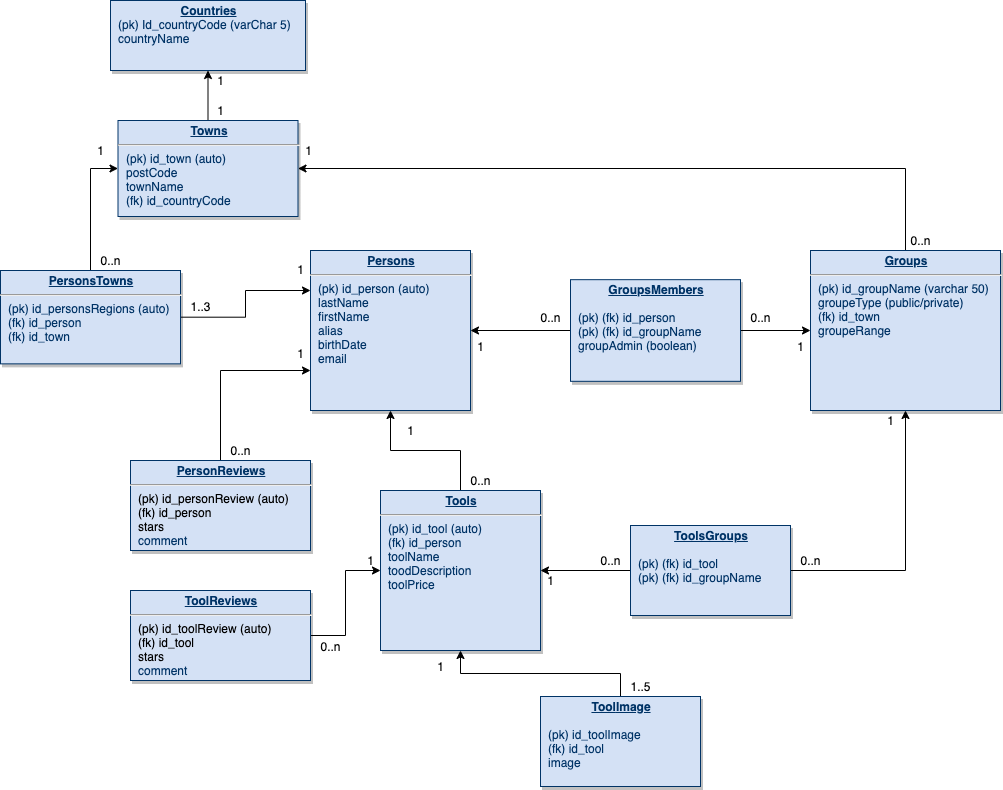
The draw.io diagram toolbox_website/DB/docs/db_schematic.png in Altiimax/DevWebProject, before a commit. Source tidied: cells renumbered, new cells last; positions are measured from the earlier drawing's top-left corner, leaving out a move shared by most shapes.
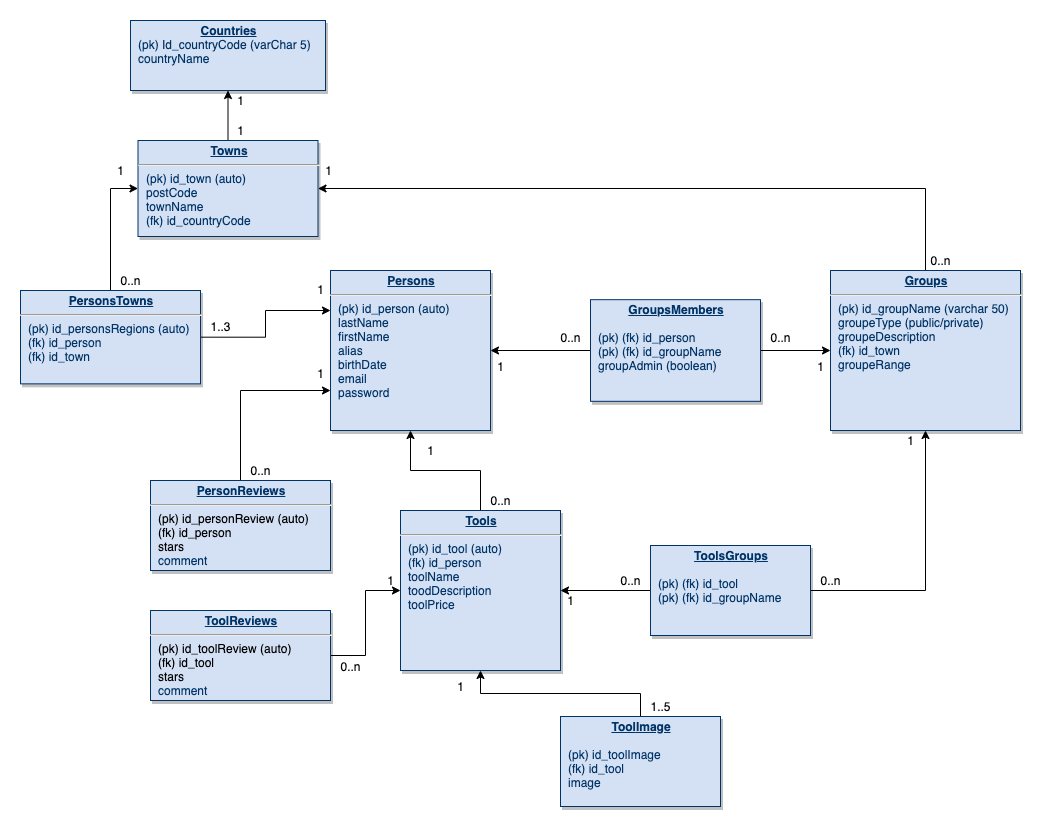
After the change.

The edit, as a diff of the source:
```diff
@@ -8,7 +8,7 @@
     <mxCell id="3" value="&lt;p style=&quot;margin: 0px ; margin-top: 4px ; text-align: center ; text-decoration: underline&quot;&gt;&lt;strong&gt;Tools&lt;/strong&gt;&lt;/p&gt;&lt;hr&gt;&lt;p style=&quot;margin: 0px ; margin-left: 8px&quot;&gt;(pk) id_tool (auto)&lt;/p&gt;&lt;p style=&quot;margin: 0px ; margin-left: 8px&quot;&gt;(fk) id_person&amp;nbsp;&lt;/p&gt;&lt;p style=&quot;margin: 0px ; margin-left: 8px&quot;&gt;toolName&lt;/p&gt;&lt;p style=&quot;margin: 0px ; margin-left: 8px&quot;&gt;toodDescription&lt;/p&gt;&lt;p style=&quot;margin: 0px ; margin-left: 8px&quot;&gt;&lt;span&gt;toolPrice&lt;/span&gt;&lt;br&gt;&lt;/p&gt;&lt;p style=&quot;margin: 0px ; margin-left: 8px&quot;&gt;&lt;br&gt;&lt;/p&gt;" style="verticalAlign=top;align=left;overflow=fill;fontSize=12;fontFamily=Helvetica;html=1;strokeColor=#003366;shadow=1;fillColor=#D4E1F5;fontColor=#003366;" parent="1" vertex="1">
       <mxGeometry x="380" y="490" width="160" height="160" as="geometry" />
     </mxCell>
-    <mxCell id="4" value="&lt;p style=&quot;margin: 0px ; margin-top: 4px ; text-align: center ; text-decoration: underline&quot;&gt;&lt;strong&gt;Persons&lt;/strong&gt;&lt;/p&gt;&lt;hr&gt;&lt;p style=&quot;margin: 0px ; margin-left: 8px&quot;&gt;&lt;span&gt;(pk) id_person (auto)&lt;/span&gt;&lt;/p&gt;&lt;p style=&quot;margin: 0px ; margin-left: 8px&quot;&gt;&lt;span&gt;lastName&lt;/span&gt;&lt;br&gt;&lt;/p&gt;&lt;p style=&quot;margin: 0px ; margin-left: 8px&quot;&gt;&lt;span&gt;firstName&amp;nbsp;&lt;/span&gt;&lt;/p&gt;&lt;p style=&quot;margin: 0px ; margin-left: 8px&quot;&gt;&lt;span&gt;alias&amp;nbsp;&lt;/span&gt;&lt;/p&gt;&lt;p style=&quot;margin: 0px ; margin-left: 8px&quot;&gt;birthDate&amp;nbsp;&lt;/p&gt;&lt;p style=&quot;margin: 0px ; margin-left: 8px&quot;&gt;e&lt;span&gt;mail&lt;/span&gt;&lt;/p&gt;&lt;p style=&quot;margin: 0px ; margin-left: 8px&quot;&gt;&lt;br&gt;&lt;/p&gt;&lt;p style=&quot;margin: 0px ; margin-left: 8px&quot;&gt;&lt;br&gt;&lt;/p&gt;" style="verticalAlign=top;align=left;overflow=fill;fontSize=12;fontFamily=Helvetica;html=1;strokeColor=#003366;shadow=1;fillColor=#D4E1F5;fontColor=#003366;" parent="1" vertex="1">
+    <mxCell id="4" value="&lt;p style=&quot;margin: 0px ; margin-top: 4px ; text-align: center ; text-decoration: underline&quot;&gt;&lt;strong&gt;Persons&lt;/strong&gt;&lt;/p&gt;&lt;hr&gt;&lt;p style=&quot;margin: 0px ; margin-left: 8px&quot;&gt;&lt;span&gt;(pk) id_person (auto)&lt;/span&gt;&lt;/p&gt;&lt;p style=&quot;margin: 0px ; margin-left: 8px&quot;&gt;&lt;span&gt;lastName&lt;/span&gt;&lt;br&gt;&lt;/p&gt;&lt;p style=&quot;margin: 0px ; margin-left: 8px&quot;&gt;&lt;span&gt;firstName&amp;nbsp;&lt;/span&gt;&lt;/p&gt;&lt;p style=&quot;margin: 0px ; margin-left: 8px&quot;&gt;&lt;span&gt;alias&amp;nbsp;&lt;/span&gt;&lt;/p&gt;&lt;p style=&quot;margin: 0px ; margin-left: 8px&quot;&gt;birthDate&amp;nbsp;&lt;/p&gt;&lt;p style=&quot;margin: 0px ; margin-left: 8px&quot;&gt;e&lt;span&gt;mail&lt;/span&gt;&lt;/p&gt;&lt;p style=&quot;margin: 0px ; margin-left: 8px&quot;&gt;password&lt;/p&gt;&lt;p style=&quot;margin: 0px ; margin-left: 8px&quot;&gt;&lt;br&gt;&lt;/p&gt;" style="verticalAlign=top;align=left;overflow=fill;fontSize=12;fontFamily=Helvetica;html=1;strokeColor=#003366;shadow=1;fillColor=#D4E1F5;fontColor=#003366;" parent="1" vertex="1">
       <mxGeometry x="310" y="250" width="160" height="160" as="geometry" />
     </mxCell>
     <mxCell id="5" style="edgeStyle=orthogonalEdgeStyle;rounded=0;jettySize=auto;html=1;entryX=1;entryY=0.5;entryDx=0;entryDy=0;" parent="1" edge="1" source="6" target="16">
@@ -18,7 +18,7 @@
         </Array>
       </mxGeometry>
     </mxCell>
-    <mxCell id="6" value="&lt;p style=&quot;margin: 0px ; margin-top: 4px ; text-align: center ; text-decoration: underline&quot;&gt;&lt;strong&gt;Groups&lt;/strong&gt;&lt;/p&gt;&lt;hr&gt;&lt;p style=&quot;margin: 0px ; margin-left: 8px&quot;&gt;(pk) id_g&lt;span&gt;roupName (varchar 50)&lt;/span&gt;&lt;/p&gt;&lt;p style=&quot;margin: 0px ; margin-left: 8px&quot;&gt;groupeType (public/private)&lt;/p&gt;&lt;p style=&quot;margin: 0px ; margin-left: 8px&quot;&gt;(fk) id_town&lt;/p&gt;&lt;p style=&quot;margin: 0px ; margin-left: 8px&quot;&gt;groupeRange&amp;nbsp;&lt;/p&gt;&lt;p style=&quot;margin: 0px ; margin-left: 8px&quot;&gt;&lt;br&gt;&lt;/p&gt;&lt;p style=&quot;margin: 0px ; margin-left: 8px&quot;&gt;&lt;br&gt;&lt;/p&gt;" style="verticalAlign=top;align=left;overflow=fill;fontSize=12;fontFamily=Helvetica;html=1;strokeColor=#003366;shadow=1;fillColor=#D4E1F5;fontColor=#003366;" parent="1" vertex="1">
+    <mxCell id="6" value="&lt;p style=&quot;margin: 0px ; margin-top: 4px ; text-align: center ; text-decoration: underline&quot;&gt;&lt;strong&gt;Groups&lt;/strong&gt;&lt;/p&gt;&lt;hr&gt;&lt;p style=&quot;margin: 0px ; margin-left: 8px&quot;&gt;(pk) id_g&lt;span&gt;roupName (varchar 50)&lt;/span&gt;&lt;/p&gt;&lt;p style=&quot;margin: 0px ; margin-left: 8px&quot;&gt;groupeType (public/private)&lt;/p&gt;&lt;p style=&quot;margin: 0px ; margin-left: 8px&quot;&gt;groupeDescription&lt;br&gt;&lt;/p&gt;&lt;p style=&quot;margin: 0px ; margin-left: 8px&quot;&gt;(fk) id_town&lt;/p&gt;&lt;p style=&quot;margin: 0px ; margin-left: 8px&quot;&gt;groupeRange&amp;nbsp;&lt;/p&gt;&lt;p style=&quot;margin: 0px ; margin-left: 8px&quot;&gt;&lt;br&gt;&lt;/p&gt;&lt;p style=&quot;margin: 0px ; margin-left: 8px&quot;&gt;&lt;br&gt;&lt;/p&gt;" style="verticalAlign=top;align=left;overflow=fill;fontSize=12;fontFamily=Helvetica;html=1;strokeColor=#003366;shadow=1;fillColor=#D4E1F5;fontColor=#003366;" parent="1" vertex="1">
       <mxGeometry x="810" y="250" width="190" height="160" as="geometry" />
     </mxCell>
     <mxCell id="7" style="edgeStyle=orthogonalEdgeStyle;rounded=0;jettySize=auto;html=1;exitX=0;exitY=0.5;exitDx=0;exitDy=0;entryX=1;entryY=0.5;entryDx=0;entryDy=0;" parent="1" edge="1" source="9" target="4">
```
